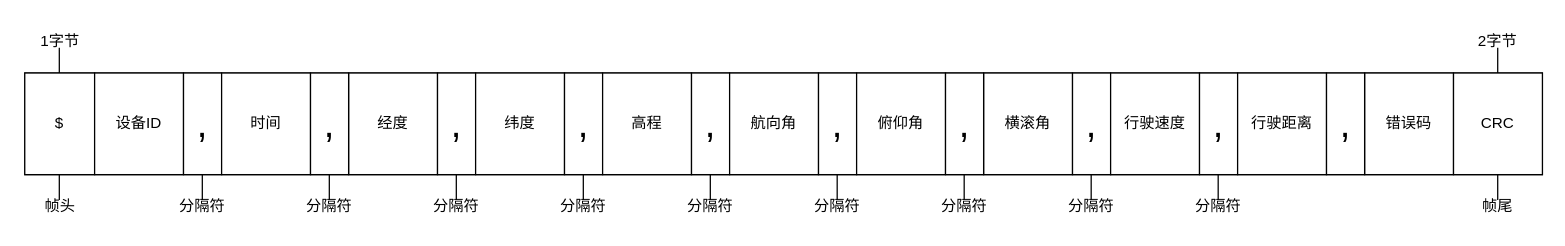
Earlier version of the draw.io diagram 通信协议数据帧格式.drawio (anvalue/DrawIo_SQ). Source tidied: cells renumbered, new cells numbered last; positions are measured from the earlier drawing's top-left corner, leaving out a move shared by most shapes. Both pictures are drawn from the tidied source at 127%, with x=0, y=0 at pixel (20, 22).
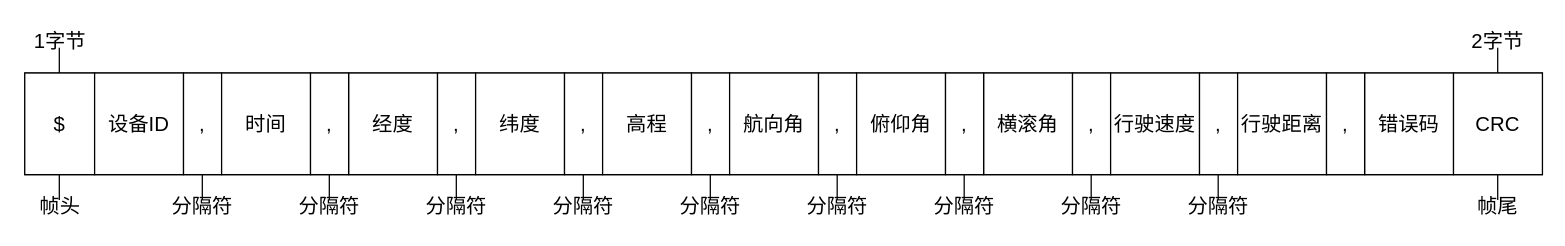
After the change.

Commit message (it also covers changes not shown here):
更新通信协议数据帧格式.drawio

Diff of the diagram source:
```diff
@@
-    <mxCell id="2" style="rounded=0;whiteSpace=wrap;html=1;" parent="1" vertex="1">
+    <mxCell id="2" style="rounded=0;whiteSpace=wrap;html=1;fontFamily=黑体;fontSize=16;" parent="1" vertex="1">
       <mxGeometry x="3" y="40" width="1195" height="80" as="geometry" />
     </mxCell>
-    <mxCell id="3" value="$" style="rounded=0;whiteSpace=wrap;html=1;" parent="1" vertex="1">
+    <mxCell id="3" value="$" style="rounded=0;whiteSpace=wrap;html=1;fontFamily=黑体;fontSize=16;" parent="1" vertex="1">
       <mxGeometry x="3" y="40" width="55" height="80" as="geometry" />
     </mxCell>
-    <mxCell id="4" value="设备ID" style="rounded=0;whiteSpace=wrap;html=1;" parent="1" vertex="1">
+    <mxCell id="4" value="设备ID" style="rounded=0;whiteSpace=wrap;html=1;fontFamily=黑体;fontSize=16;" parent="1" vertex="1">
       <mxGeometry x="58" y="40" width="70" height="80" as="geometry" />
     </mxCell>
-    <mxCell id="5" value="&lt;font style=&quot;font-size: 30px;&quot;&gt;,&lt;/font&gt;" style="rounded=0;whiteSpace=wrap;html=1;" parent="1" vertex="1">
+    <mxCell id="5" value="&lt;font style=&quot;font-size: 16px;&quot;&gt;,&lt;/font&gt;" style="rounded=0;whiteSpace=wrap;html=1;fontFamily=黑体;fontSize=16;" parent="1" vertex="1">
       <mxGeometry x="128" y="40" width="30" height="80" as="geometry" />
     </mxCell>
-    <mxCell id="6" value="时间" style="rounded=0;whiteSpace=wrap;html=1;" parent="1" vertex="1">
+    <mxCell id="6" value="时间" style="rounded=0;whiteSpace=wrap;html=1;fontFamily=黑体;fontSize=16;" parent="1" vertex="1">
       <mxGeometry x="158" y="40" width="70" height="80" as="geometry" />
     </mxCell>
-    <mxCell id="7" value="经度" style="rounded=0;whiteSpace=wrap;html=1;" parent="1" vertex="1">
+    <mxCell id="7" value="经度" style="rounded=0;whiteSpace=wrap;html=1;fontFamily=黑体;fontSize=16;" parent="1" vertex="1">
       <mxGeometry x="258" y="40" width="70" height="80" as="geometry" />
     </mxCell>
-    <mxCell id="8" value="&lt;font style=&quot;font-size: 30px;&quot;&gt;,&lt;/font&gt;" style="rounded=0;whiteSpace=wrap;html=1;" parent="1" vertex="1">
+    <mxCell id="8" value="&lt;font style=&quot;font-size: 16px;&quot;&gt;,&lt;/font&gt;" style="rounded=0;whiteSpace=wrap;html=1;fontFamily=黑体;fontSize=16;" parent="1" vertex="1">
       <mxGeometry x="228" y="40" width="30" height="80" as="geometry" />
     </mxCell>
-    <mxCell id="9" value="&lt;font style=&quot;font-size: 30px;&quot;&gt;,&lt;/font&gt;" style="rounded=0;whiteSpace=wrap;html=1;" parent="1" vertex="1">
+    <mxCell id="9" value="&lt;font style=&quot;font-size: 16px;&quot;&gt;,&lt;/font&gt;" style="rounded=0;whiteSpace=wrap;html=1;fontFamily=黑体;fontSize=16;" parent="1" vertex="1">
       <mxGeometry x="328" y="40" width="30" height="80" as="geometry" />
     </mxCell>
-    <mxCell id="10" value="纬度" style="rounded=0;whiteSpace=wrap;html=1;" parent="1" vertex="1">
+    <mxCell id="10" value="纬度" style="rounded=0;whiteSpace=wrap;html=1;fontFamily=黑体;fontSize=16;" parent="1" vertex="1">
       <mxGeometry x="358" y="40" width="70" height="80" as="geometry" />
     </mxCell>
-    <mxCell id="11" value="&lt;font style=&quot;font-size: 30px;&quot;&gt;,&lt;/font&gt;" style="rounded=0;whiteSpace=wrap;html=1;" parent="1" vertex="1">
+    <mxCell id="11" value="&lt;font style=&quot;font-size: 16px;&quot;&gt;,&lt;/font&gt;" style="rounded=0;whiteSpace=wrap;html=1;fontFamily=黑体;fontSize=16;" parent="1" vertex="1">
       <mxGeometry x="428" y="40" width="30" height="80" as="geometry" />
     </mxCell>
-    <mxCell id="12" value="高程" style="rounded=0;whiteSpace=wrap;html=1;" parent="1" vertex="1">
+    <mxCell id="12" value="高程" style="rounded=0;whiteSpace=wrap;html=1;fontFamily=黑体;fontSize=16;" parent="1" vertex="1">
       <mxGeometry x="458" y="40" width="70" height="80" as="geometry" />
     </mxCell>
-    <mxCell id="13" value="&lt;font style=&quot;font-size: 30px;&quot;&gt;,&lt;/font&gt;" style="rounded=0;whiteSpace=wrap;html=1;" parent="1" vertex="1">
+    <mxCell id="13" value="&lt;font style=&quot;font-size: 16px;&quot;&gt;,&lt;/font&gt;" style="rounded=0;whiteSpace=wrap;html=1;fontFamily=黑体;fontSize=16;" parent="1" vertex="1">
       <mxGeometry x="528" y="40" width="30" height="80" as="geometry" />
     </mxCell>
-    <mxCell id="14" value="航向角" style="rounded=0;whiteSpace=wrap;html=1;" parent="1" vertex="1">
+    <mxCell id="14" value="航向角" style="rounded=0;whiteSpace=wrap;html=1;fontFamily=黑体;fontSize=16;" parent="1" vertex="1">
       <mxGeometry x="558" y="40" width="70" height="80" as="geometry" />
     </mxCell>
-    <mxCell id="15" value="&lt;font style=&quot;font-size: 30px;&quot;&gt;,&lt;/font&gt;" style="rounded=0;whiteSpace=wrap;html=1;" parent="1" vertex="1">
+    <mxCell id="15" value="&lt;font style=&quot;font-size: 16px;&quot;&gt;,&lt;/font&gt;" style="rounded=0;whiteSpace=wrap;html=1;fontFamily=黑体;fontSize=16;" parent="1" vertex="1">
       <mxGeometry x="628" y="40" width="30" height="80" as="geometry" />
     </mxCell>
-    <mxCell id="16" value="俯仰角" style="rounded=0;whiteSpace=wrap;html=1;" parent="1" vertex="1">
+    <mxCell id="16" value="俯仰角" style="rounded=0;whiteSpace=wrap;html=1;fontFamily=黑体;fontSize=16;" parent="1" vertex="1">
       <mxGeometry x="658" y="40" width="70" height="80" as="geometry" />
     </mxCell>
-    <mxCell id="17" value="横滚角" style="rounded=0;whiteSpace=wrap;html=1;" parent="1" vertex="1">
+    <mxCell id="17" value="横滚角" style="rounded=0;whiteSpace=wrap;html=1;fontFamily=黑体;fontSize=16;" parent="1" vertex="1">
       <mxGeometry x="758" y="40" width="70" height="80" as="geometry" />
     </mxCell>
-    <mxCell id="18" value="&lt;font style=&quot;font-size: 30px;&quot;&gt;,&lt;/font&gt;" style="rounded=0;whiteSpace=wrap;html=1;" parent="1" vertex="1">
+    <mxCell id="18" value="&lt;font style=&quot;font-size: 16px;&quot;&gt;,&lt;/font&gt;" style="rounded=0;whiteSpace=wrap;html=1;fontFamily=黑体;fontSize=16;" parent="1" vertex="1">
       <mxGeometry x="728" y="40" width="30" height="80" as="geometry" />
     </mxCell>
-    <mxCell id="19" value="&lt;font style=&quot;font-size: 30px;&quot;&gt;,&lt;/font&gt;" style="rounded=0;whiteSpace=wrap;html=1;" parent="1" vertex="1">
+    <mxCell id="19" value="&lt;font style=&quot;font-size: 16px;&quot;&gt;,&lt;/font&gt;" style="rounded=0;whiteSpace=wrap;html=1;fontFamily=黑体;fontSize=16;" parent="1" vertex="1">
       <mxGeometry x="828" y="40" width="30" height="80" as="geometry" />
     </mxCell>
-    <mxCell id="20" value="行驶速度" style="rounded=0;whiteSpace=wrap;html=1;" parent="1" vertex="1">
+    <mxCell id="20" value="行驶速度" style="rounded=0;whiteSpace=wrap;html=1;fontFamily=黑体;fontSize=16;" parent="1" vertex="1">
       <mxGeometry x="858" y="40" width="70" height="80" as="geometry" />
     </mxCell>
-    <mxCell id="21" value="&lt;font style=&quot;font-size: 30px;&quot;&gt;,&lt;/font&gt;" style="rounded=0;whiteSpace=wrap;html=1;" parent="1" vertex="1">
+    <mxCell id="21" value="&lt;font style=&quot;font-size: 16px;&quot;&gt;,&lt;/font&gt;" style="rounded=0;whiteSpace=wrap;html=1;fontFamily=黑体;fontSize=16;" parent="1" vertex="1">
       <mxGeometry x="928" y="40" width="30" height="80" as="geometry" />
     </mxCell>
-    <mxCell id="22" value="错误码" style="rounded=0;whiteSpace=wrap;html=1;" parent="1" vertex="1">
+    <mxCell id="22" value="错误码" style="rounded=0;whiteSpace=wrap;html=1;fontFamily=黑体;fontSize=16;" parent="1" vertex="1">
       <mxGeometry x="1058" y="40" width="70" height="80" as="geometry" />
     </mxCell>
-    <mxCell id="23" value="CRC" style="rounded=0;whiteSpace=wrap;html=1;" parent="1" vertex="1">
+    <mxCell id="23" value="CRC" style="rounded=0;whiteSpace=wrap;html=1;fontFamily=黑体;fontSize=16;" parent="1" vertex="1">
       <mxGeometry x="1128" y="40" width="70" height="80" as="geometry" />
     </mxCell>
-    <mxCell id="24" style="endArrow=none;html=1;rounded=0;" parent="1" edge="1">
+    <mxCell id="24" style="endArrow=none;html=1;rounded=0;fontFamily=黑体;fontSize=16;" parent="1" edge="1">
       <mxGeometry relative="1" as="geometry">
         <mxPoint x="30.2" y="20" as="sourcePoint" />
         <mxPoint x="30.2" y="40" as="targetPoint" />
       </mxGeometry>
     </mxCell>
-    <mxCell id="25" style="endArrow=none;html=1;rounded=0;" parent="1" edge="1">
+    <mxCell id="25" style="endArrow=none;html=1;rounded=0;fontFamily=黑体;fontSize=16;" parent="1" edge="1">
       <mxGeometry relative="1" as="geometry">
         <mxPoint x="30.2" y="120" as="sourcePoint" />
         <mxPoint x="30.2" y="140" as="targetPoint" />
       </mxGeometry>
     </mxCell>
-    <mxCell id="26" style="endArrow=none;html=1;rounded=0;" parent="1" edge="1">
+    <mxCell id="26" style="endArrow=none;html=1;rounded=0;fontFamily=黑体;fontSize=16;" parent="1" edge="1">
       <mxGeometry relative="1" as="geometry">
         <mxPoint x="142.8" y="120" as="sourcePoint" />
         <mxPoint x="142.8" y="140" as="targetPoint" />
       </mxGeometry>
     </mxCell>
-    <mxCell id="27" style="endArrow=none;html=1;rounded=0;" parent="1" edge="1">
+    <mxCell id="27" style="endArrow=none;html=1;rounded=0;fontFamily=黑体;fontSize=16;" parent="1" edge="1">
       <mxGeometry relative="1" as="geometry">
         <mxPoint x="242.8" y="120" as="sourcePoint" />
         <mxPoint x="242.8" y="140" as="targetPoint" />
       </mxGeometry>
     </mxCell>
-    <mxCell id="28" style="endArrow=none;html=1;rounded=0;" parent="1" edge="1">
+    <mxCell id="28" style="endArrow=none;html=1;rounded=0;fontFamily=黑体;fontSize=16;" parent="1" edge="1">
       <mxGeometry relative="1" as="geometry">
         <mxPoint x="342.8" y="120" as="sourcePoint" />
         <mxPoint x="342.8" y="140" as="targetPoint" />
       </mxGeometry>
     </mxCell>
-    <mxCell id="29" style="endArrow=none;html=1;rounded=0;" parent="1" edge="1">
+    <mxCell id="29" style="endArrow=none;html=1;rounded=0;fontFamily=黑体;fontSize=16;" parent="1" edge="1">
       <mxGeometry relative="1" as="geometry">
         <mxPoint x="442.8" y="120" as="sourcePoint" />
         <mxPoint x="442.8" y="140" as="targetPoint" />
       </mxGeometry>
     </mxCell>
-    <mxCell id="30" style="endArrow=none;html=1;rounded=0;" parent="1" edge="1">
+    <mxCell id="30" style="endArrow=none;html=1;rounded=0;fontFamily=黑体;fontSize=16;" parent="1" edge="1">
       <mxGeometry relative="1" as="geometry">
         <mxPoint x="542.8" y="120" as="sourcePoint" />
         <mxPoint x="542.8" y="140" as="targetPoint" />
       </mxGeometry>
     </mxCell>
-    <mxCell id="31" style="endArrow=none;html=1;rounded=0;" parent="1" edge="1">
+    <mxCell id="31" style="endArrow=none;html=1;rounded=0;fontFamily=黑体;fontSize=16;" parent="1" edge="1">
       <mxGeometry relative="1" as="geometry">
         <mxPoint x="642.7" y="120" as="sourcePoint" />
         <mxPoint x="642.7" y="140" as="targetPoint" />
       </mxGeometry>
     </mxCell>
-    <mxCell id="32" style="endArrow=none;html=1;rounded=0;" parent="1" edge="1">
+    <mxCell id="32" style="endArrow=none;html=1;rounded=0;fontFamily=黑体;fontSize=16;" parent="1" edge="1">
       <mxGeometry relative="1" as="geometry">
         <mxPoint x="742.7" y="120" as="sourcePoint" />
         <mxPoint x="742.7" y="140" as="targetPoint" />
       </mxGeometry>
     </mxCell>
-    <mxCell id="33" style="endArrow=none;html=1;rounded=0;" parent="1" edge="1">
+    <mxCell id="33" style="endArrow=none;html=1;rounded=0;fontFamily=黑体;fontSize=16;" parent="1" edge="1">
       <mxGeometry relative="1" as="geometry">
         <mxPoint x="842.7" y="120" as="sourcePoint" />
         <mxPoint x="842.7" y="140" as="targetPoint" />
       </mxGeometry>
     </mxCell>
-    <mxCell id="34" style="endArrow=none;html=1;rounded=0;" parent="1" edge="1">
+    <mxCell id="34" style="endArrow=none;html=1;rounded=0;fontFamily=黑体;fontSize=16;" parent="1" edge="1">
       <mxGeometry relative="1" as="geometry">
         <mxPoint x="942.7" y="120" as="sourcePoint" />
         <mxPoint x="942.7" y="140" as="targetPoint" />
       </mxGeometry>
     </mxCell>
-    <mxCell id="35" value="帧头" style="text;html=1;align=center;verticalAlign=middle;whiteSpace=wrap;rounded=0;" parent="1" vertex="1">
+    <mxCell id="35" value="帧头" style="text;html=1;align=center;verticalAlign=middle;whiteSpace=wrap;rounded=0;fontFamily=黑体;fontSize=16;" parent="1" vertex="1">
       <mxGeometry x="0.5" y="130" width="60" height="30" as="geometry" />
     </mxCell>
-    <mxCell id="36" value="分隔符" style="text;html=1;align=center;verticalAlign=middle;whiteSpace=wrap;rounded=0;" parent="1" vertex="1">
+    <mxCell id="36" value="分隔符" style="text;html=1;align=center;verticalAlign=middle;whiteSpace=wrap;rounded=0;fontFamily=黑体;fontSize=16;" parent="1" vertex="1">
       <mxGeometry x="113" y="130" width="60" height="30" as="geometry" />
     </mxCell>
-    <mxCell id="37" value="分隔符" style="text;html=1;align=center;verticalAlign=middle;whiteSpace=wrap;rounded=0;" parent="1" vertex="1">
+    <mxCell id="37" value="分隔符" style="text;html=1;align=center;verticalAlign=middle;whiteSpace=wrap;rounded=0;fontFamily=黑体;fontSize=16;" parent="1" vertex="1">
       <mxGeometry x="213" y="130" width="60" height="30" as="geometry" />
     </mxCell>
-    <mxCell id="38" value="分隔符" style="text;html=1;align=center;verticalAlign=middle;whiteSpace=wrap;rounded=0;" parent="1" vertex="1">
+    <mxCell id="38" value="分隔符" style="text;html=1;align=center;verticalAlign=middle;whiteSpace=wrap;rounded=0;fontFamily=黑体;fontSize=16;" parent="1" vertex="1">
       <mxGeometry x="313" y="130" width="60" height="30" as="geometry" />
     </mxCell>
-    <mxCell id="39" value="分隔符" style="text;html=1;align=center;verticalAlign=middle;whiteSpace=wrap;rounded=0;" parent="1" vertex="1">
+    <mxCell id="39" value="分隔符" style="text;html=1;align=center;verticalAlign=middle;whiteSpace=wrap;rounded=0;fontFamily=黑体;fontSize=16;" parent="1" vertex="1">
       <mxGeometry x="413" y="130" width="60" height="30" as="geometry" />
     </mxCell>
-    <mxCell id="40" value="分隔符" style="text;html=1;align=center;verticalAlign=middle;whiteSpace=wrap;rounded=0;" parent="1" vertex="1">
+    <mxCell id="40" value="分隔符" style="text;html=1;align=center;verticalAlign=middle;whiteSpace=wrap;rounded=0;fontFamily=黑体;fontSize=16;" parent="1" vertex="1">
       <mxGeometry x="513" y="130" width="60" height="30" as="geometry" />
     </mxCell>
-    <mxCell id="41" value="分隔符" style="text;html=1;align=center;verticalAlign=middle;whiteSpace=wrap;rounded=0;" parent="1" vertex="1">
+    <mxCell id="41" value="分隔符" style="text;html=1;align=center;verticalAlign=middle;whiteSpace=wrap;rounded=0;fontFamily=黑体;fontSize=16;" parent="1" vertex="1">
       <mxGeometry x="613" y="130" width="60" height="30" as="geometry" />
     </mxCell>
-    <mxCell id="42" value="分隔符" style="text;html=1;align=center;verticalAlign=middle;whiteSpace=wrap;rounded=0;" parent="1" vertex="1">
+    <mxCell id="42" value="分隔符" style="text;html=1;align=center;verticalAlign=middle;whiteSpace=wrap;rounded=0;fontFamily=黑体;fontSize=16;" parent="1" vertex="1">
       <mxGeometry x="713" y="130" width="60" height="30" as="geometry" />
     </mxCell>
-    <mxCell id="43" value="分隔符" style="text;html=1;align=center;verticalAlign=middle;whiteSpace=wrap;rounded=0;" parent="1" vertex="1">
+    <mxCell id="43" value="分隔符" style="text;html=1;align=center;verticalAlign=middle;whiteSpace=wrap;rounded=0;fontFamily=黑体;fontSize=16;" parent="1" vertex="1">
       <mxGeometry x="813" y="130" width="60" height="30" as="geometry" />
     </mxCell>
-    <mxCell id="44" value="分隔符" style="text;html=1;align=center;verticalAlign=middle;whiteSpace=wrap;rounded=0;" parent="1" vertex="1">
+    <mxCell id="44" value="分隔符" style="text;html=1;align=center;verticalAlign=middle;whiteSpace=wrap;rounded=0;fontFamily=黑体;fontSize=16;" parent="1" vertex="1">
       <mxGeometry x="913" y="130" width="60" height="30" as="geometry" />
     </mxCell>
-    <mxCell id="45" value="帧尾" style="text;html=1;align=center;verticalAlign=middle;whiteSpace=wrap;rounded=0;" parent="1" vertex="1">
+    <mxCell id="45" value="帧尾" style="text;html=1;align=center;verticalAlign=middle;whiteSpace=wrap;rounded=0;fontFamily=黑体;fontSize=16;" parent="1" vertex="1">
       <mxGeometry x="1133" y="130" width="60" height="30" as="geometry" />
     </mxCell>
-    <mxCell id="46" style="endArrow=none;html=1;rounded=0;" parent="1" edge="1">
+    <mxCell id="46" style="endArrow=none;html=1;rounded=0;fontFamily=黑体;fontSize=16;" parent="1" edge="1">
       <mxGeometry relative="1" as="geometry">
         <mxPoint x="1162.8" y="120" as="sourcePoint" />
         <mxPoint x="1162.8" y="140" as="targetPoint" />
       </mxGeometry>
     </mxCell>
-    <mxCell id="47" value="1字节" style="text;html=1;align=center;verticalAlign=middle;whiteSpace=wrap;rounded=0;" parent="1" vertex="1">
+    <mxCell id="47" value="1字节" style="text;html=1;align=center;verticalAlign=middle;whiteSpace=wrap;rounded=0;fontFamily=黑体;fontSize=16;" parent="1" vertex="1">
       <mxGeometry x="0.5" width="60" height="30" as="geometry" />
     </mxCell>
-    <mxCell id="48" value="2字节" style="text;html=1;align=center;verticalAlign=middle;whiteSpace=wrap;rounded=0;" parent="1" vertex="1">
+    <mxCell id="48" value="2字节" style="text;html=1;align=center;verticalAlign=middle;whiteSpace=wrap;rounded=0;fontFamily=黑体;fontSize=16;" parent="1" vertex="1">
       <mxGeometry x="1133" width="60" height="30" as="geometry" />
     </mxCell>
-    <mxCell id="49" style="endArrow=none;html=1;rounded=0;" parent="1" edge="1">
+    <mxCell id="49" style="endArrow=none;html=1;rounded=0;fontFamily=黑体;fontSize=16;" parent="1" edge="1">
       <mxGeometry relative="1" as="geometry">
         <mxPoint x="1162.8" y="20" as="sourcePoint" />
         <mxPoint x="1162.8" y="40" as="targetPoint" />
       </mxGeometry>
     </mxCell>
-    <mxCell id="50" value="行驶距离" style="rounded=0;whiteSpace=wrap;html=1;" parent="1" vertex="1">
+    <mxCell id="50" value="行驶距离" style="rounded=0;whiteSpace=wrap;html=1;fontFamily=黑体;fontSize=16;" parent="1" vertex="1">
       <mxGeometry x="958" y="40" width="70" height="80" as="geometry" />
     </mxCell>
-    <mxCell id="51" value="&lt;font style=&quot;font-size: 30px;&quot;&gt;,&lt;/font&gt;" style="rounded=0;whiteSpace=wrap;html=1;" parent="1" vertex="1">
+    <mxCell id="51" value="&lt;font style=&quot;font-size: 16px;&quot;&gt;,&lt;/font&gt;" style="rounded=0;whiteSpace=wrap;html=1;fontFamily=黑体;fontSize=16;" parent="1" vertex="1">
       <mxGeometry x="1028" y="40" width="30" height="80" as="geometry" />
     </mxCell>
```
